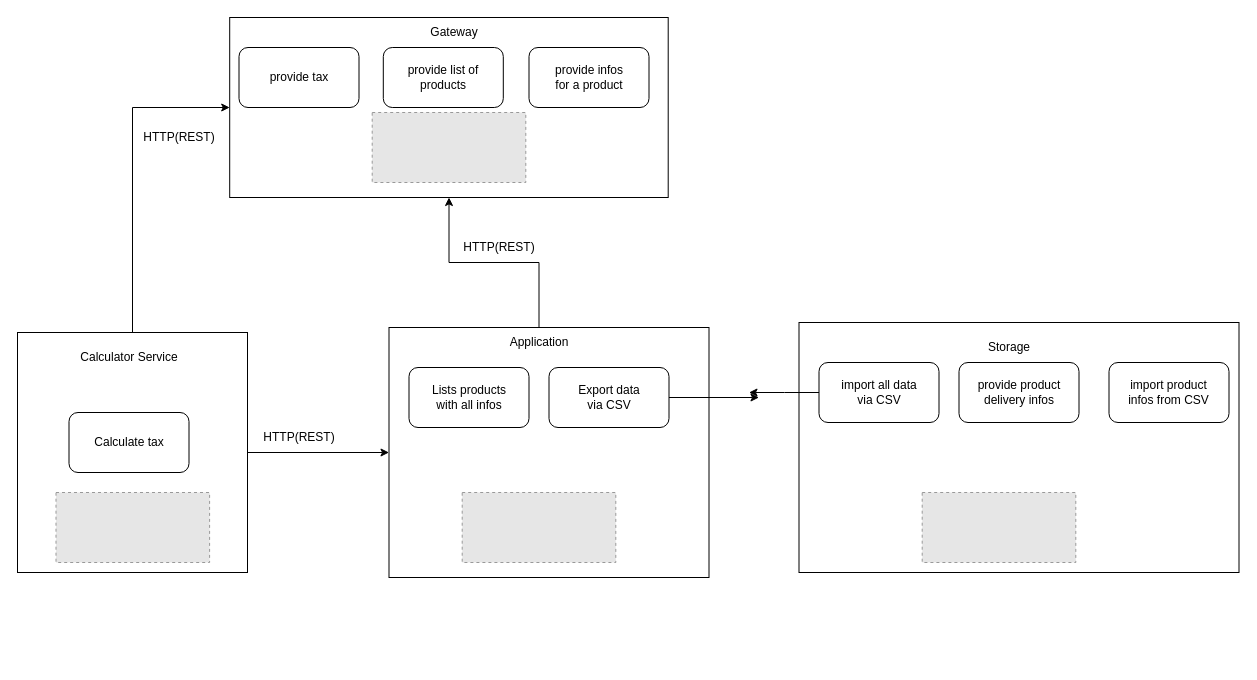
Before: calcdiag.drawio in LN-Django/boilerplate, a draw.io diagram. Source tidied: cells renumbered, new cells numbered last; positions are measured from the earlier drawing's top-left corner, leaving out a move shared by most shapes. Both pictures are drawn from the tidied source at 100%, with x=0, y=0 at pixel (17, 17). Pictures stored in the file or linked from it are replaced by grey dashed boxes.
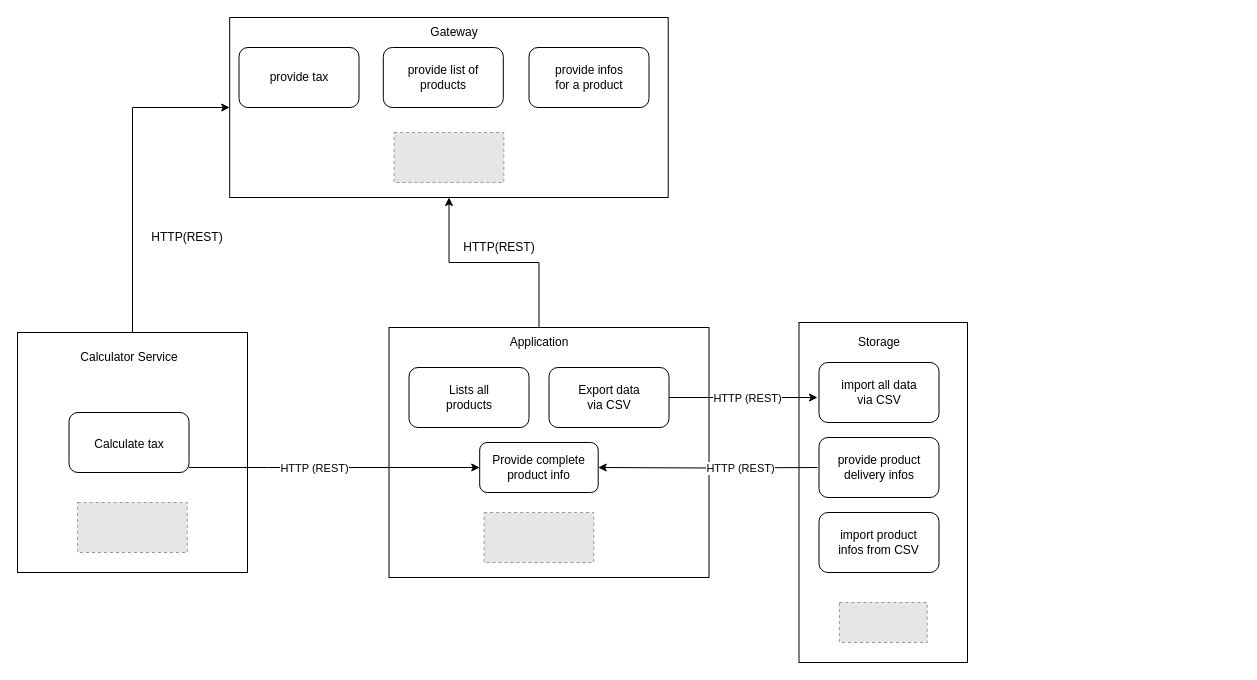
The same diagram, later.

Unchanged cells that the change refers to:
```xml
<mxCell id="4" style="rounded=0;whiteSpace=wrap;html=1;" parent="1" vertex="1">
  <mxGeometry y="315" width="230" height="240" as="geometry" />
</mxCell>
<mxCell id="5" style="rounded=0;whiteSpace=wrap;html=1;" parent="1" vertex="1">
  <mxGeometry x="371.5" y="310" width="320" height="250" as="geometry" />
</mxCell>
<mxCell id="11" style="rounded=1;whiteSpace=wrap;html=1;" parent="1" vertex="1">
  <mxGeometry x="51.5" y="395" width="120" height="60" as="geometry" />
</mxCell>
<mxCell id="20" style="rounded=1;whiteSpace=wrap;html=1;" parent="1" vertex="1">
  <mxGeometry x="531.5" y="350" width="120" height="60" as="geometry" />
</mxCell>
<mxCell id="28" style="rounded=1;whiteSpace=wrap;html=1;" parent="1" vertex="1">
  <mxGeometry x="801.5" y="345" width="120" height="60" as="geometry" />
</mxCell>
```

What changed in the source:
```diff
@@
-    <mxCell id="2" style="edgeStyle=orthogonalEdgeStyle;rounded=0;jettySize=auto;html=1;exitX=1;exitY=0.5;exitDx=0;exitDy=0;" parent="1" edge="1" source="4" target="5">
-      <mxGeometry relative="1" as="geometry" />
-    </mxCell>
@@
+    <mxCell id="40" style="edgeStyle=orthogonalEdgeStyle;rounded=0;jettySize=auto;html=1;entryX=0;entryY=0.5;entryDx=0;entryDy=0;" parent="1" edge="1" source="11" target="44">
+      <mxGeometry relative="1" as="geometry">
+        <Array as="points">
+          <mxPoint x="250" y="450" />
+          <mxPoint x="250" y="450" />
+        </Array>
+      </mxGeometry>
+    </mxCell>
+    <mxCell id="41" value="HTTP (REST)" style="edgeLabel;html=1;align=center;verticalAlign=middle;" parent="40" vertex="1">
+      <mxGeometry x="-0.14" y="4" relative="1" as="geometry">
+        <mxPoint y="4" as="offset" />
+      </mxGeometry>
+    </mxCell>
@@
-    <mxCell id="12" value="Calculate tax" style="text;html=1;strokeColor=none;fillColor=none;align=center;verticalAlign=middle;whiteSpace=wrap;rounded=0;" parent="1" vertex="1">
-      <mxGeometry x="71.5" y="410" width="80" height="30" as="geometry" />
+    <mxCell id="12" value="Calculate tax&lt;br&gt;&lt;pre&gt;&lt;br&gt;&lt;/pre&gt;" style="text;html=1;strokeColor=none;fillColor=none;align=center;verticalAlign=middle;whiteSpace=wrap;rounded=0;" parent="1" vertex="1">
+      <mxGeometry x="71.5" y="445" width="80" as="geometry" />
     </mxCell>
     <mxCell id="13" value="HTTP(REST)" style="text;html=1;strokeColor=none;fillColor=none;align=center;verticalAlign=middle;whiteSpace=wrap;rounded=0;" parent="1" vertex="1">
-      <mxGeometry x="132.1" y="105" width="60" height="30" as="geometry" />
+      <mxGeometry x="140" y="205" width="60" height="30" as="geometry" />
     </mxCell>
     <mxCell id="14" style="fillColor=#E6E6E6;strokeColor=#999999;dashed=1;verticalLabelPosition=bottom;labelBackgroundColor=#ffffff;verticalAlign=top;" parent="1" vertex="1">
-      <mxGeometry x="38.5" y="475" width="153.6" height="70" as="geometry" />
+      <mxGeometry x="60.1" y="485" width="109.7" height="50" as="geometry" />
     </mxCell>
-    <mxCell id="15" value="HTTP(REST)" style="text;html=1;strokeColor=none;fillColor=none;align=center;verticalAlign=middle;whiteSpace=wrap;rounded=0;" parent="1" vertex="1">
-      <mxGeometry x="251.5" y="405" width="60" height="30" as="geometry" />
-    </mxCell>
@@
-    <mxCell id="18" value="Lists products with all infos" style="text;html=1;strokeColor=none;fillColor=none;align=center;verticalAlign=middle;whiteSpace=wrap;rounded=0;" parent="1" vertex="1">
+    <mxCell id="18" value="Lists all products" style="text;html=1;strokeColor=none;fillColor=none;align=center;verticalAlign=middle;whiteSpace=wrap;rounded=0;" parent="1" vertex="1">
       <mxGeometry x="411.5" y="365" width="80" height="30" as="geometry" />
     </mxCell>
-    <mxCell id="19" style="edgeStyle=orthogonalEdgeStyle;rounded=0;jettySize=auto;html=1;exitX=1;exitY=0.5;exitDx=0;exitDy=0;" parent="1" edge="1" source="20">
-      <mxGeometry relative="1" as="geometry">
-        <mxPoint x="741.5" y="380" as="targetPoint" />
-      </mxGeometry>
-    </mxCell>
@@
     <mxCell id="22" style="fillColor=#E6E6E6;strokeColor=#999999;dashed=1;verticalLabelPosition=bottom;labelBackgroundColor=#ffffff;verticalAlign=top;" parent="1" vertex="1">
-      <mxGeometry x="444.7" y="475" width="153.6" height="70" as="geometry" />
+      <mxGeometry x="466.6" y="495" width="109.7" height="50" as="geometry" />
     </mxCell>
     <mxCell id="23" style="rounded=0;whiteSpace=wrap;html=1;" parent="1" vertex="1">
-      <mxGeometry x="781.5" y="305" width="440" height="250" as="geometry" />
+      <mxGeometry x="781.5" y="305" width="168.5" height="340" as="geometry" />
     </mxCell>
     <mxCell id="24" value="Storage" style="text;html=1;strokeColor=none;fillColor=none;align=center;verticalAlign=middle;whiteSpace=wrap;rounded=0;" parent="1" vertex="1">
-      <mxGeometry x="961.5" y="315" width="60" height="30" as="geometry" />
+      <mxGeometry x="831.5" y="310" width="60" height="30" as="geometry" />
     </mxCell>
     <mxCell id="25" style="rounded=1;whiteSpace=wrap;html=1;" parent="1" vertex="1">
-      <mxGeometry x="941.5" y="345" width="120" height="60" as="geometry" />
+      <mxGeometry x="801.5" y="420" width="120" height="60" as="geometry" />
     </mxCell>
+    <mxCell id="42" style="edgeStyle=orthogonalEdgeStyle;rounded=0;jettySize=auto;html=1;entryX=1;entryY=0.5;entryDx=0;entryDy=0;" parent="1" edge="1" target="44">
+      <mxGeometry relative="1" as="geometry">
+        <mxPoint x="800" y="450" as="sourcePoint" />
+      </mxGeometry>
+    </mxCell>
+    <mxCell id="43" value="HTTP (REST)" style="edgeLabel;html=1;align=center;verticalAlign=middle;" parent="42" vertex="1">
+      <mxGeometry x="-0.24" relative="1" as="geometry">
+        <mxPoint x="6" as="offset" />
+      </mxGeometry>
+    </mxCell>
     <mxCell id="26" value="provide product delivery infos" style="text;html=1;strokeColor=none;fillColor=none;align=center;verticalAlign=middle;whiteSpace=wrap;rounded=0;" parent="1" vertex="1">
-      <mxGeometry x="951.5" y="360" width="100" height="30" as="geometry" />
+      <mxGeometry x="811.5" y="435" width="100" height="30" as="geometry" />
     </mxCell>
-    <mxCell id="27" style="edgeStyle=orthogonalEdgeStyle;rounded=0;jettySize=auto;html=1;exitX=0;exitY=0.5;exitDx=0;exitDy=0;" parent="1" edge="1" source="28">
-      <mxGeometry relative="1" as="geometry">
-        <mxPoint x="731.5" y="375" as="targetPoint" />
-      </mxGeometry>
-    </mxCell>
@@
     <mxCell id="30" style="fillColor=#E6E6E6;strokeColor=#999999;dashed=1;verticalLabelPosition=bottom;labelBackgroundColor=#ffffff;verticalAlign=top;" parent="1" vertex="1">
-      <mxGeometry x="904.7" y="475" width="153.6" height="70" as="geometry" />
+      <mxGeometry x="821.9" y="585" width="87.8" height="40" as="geometry" />
     </mxCell>
     <mxCell id="31" style="rounded=1;whiteSpace=wrap;html=1;" parent="1" vertex="1">
-      <mxGeometry x="1091.5" y="345" width="120" height="60" as="geometry" />
+      <mxGeometry x="801.5" y="495" width="120" height="60" as="geometry" />
     </mxCell>
     <mxCell id="32" style="fillColor=#E6E6E6;strokeColor=#999999;dashed=1;verticalLabelPosition=bottom;labelBackgroundColor=#ffffff;verticalAlign=top;" parent="1" vertex="1">
-      <mxGeometry x="354.7" y="95" width="153.6" height="70" as="geometry" />
+      <mxGeometry x="376.6" y="115" width="109.7" height="50" as="geometry" />
     </mxCell>
@@
     <mxCell id="39" value="import product infos from CSV" style="text;html=1;strokeColor=none;fillColor=none;align=center;verticalAlign=middle;whiteSpace=wrap;rounded=0;" parent="1" vertex="1">
-      <mxGeometry x="1107.2" y="360" width="88.5" height="30" as="geometry" />
+      <mxGeometry x="817.2" y="510" width="88.5" height="30" as="geometry" />
     </mxCell>
+    <mxCell id="44" value="Provide complete product info" style="rounded=1;whiteSpace=wrap;html=1;" parent="1" vertex="1">
+      <mxGeometry x="462.2" y="425" width="118.5" height="50" as="geometry" />
+    </mxCell>
+    <mxCell id="19" style="edgeStyle=orthogonalEdgeStyle;rounded=0;jettySize=auto;html=1;exitX=1;exitY=0.5;exitDx=0;exitDy=0;" parent="1" edge="1" source="20">
+      <mxGeometry relative="1" as="geometry">
+        <mxPoint x="800" y="380" as="targetPoint" />
+      </mxGeometry>
+    </mxCell>
+    <mxCell id="45" value="HTTP (REST)" style="edgeLabel;html=1;align=center;verticalAlign=middle;" parent="19" vertex="1">
+      <mxGeometry x="-0.11" y="1" relative="1" as="geometry">
+        <mxPoint x="12" y="1" as="offset" />
+      </mxGeometry>
+    </mxCell>
```
